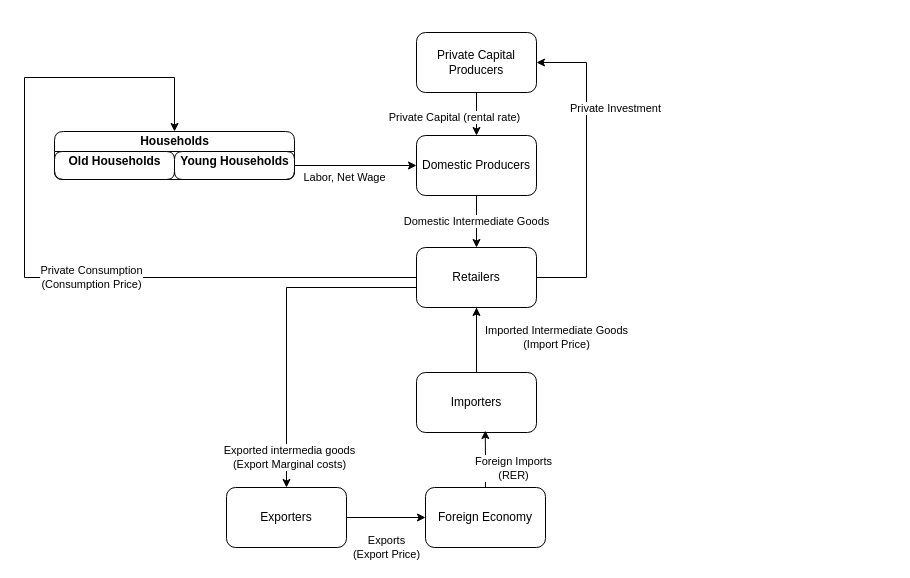
Above: ogre/firms_reduced.drawio in zuzancek/schemes (draw.io), before the change. Source tidied: cells renumbered, new cells numbered last; positions are measured from the earlier drawing's top-left corner, leaving out a move shared by most shapes. Both pictures are drawn from the tidied source at 100%, with x=0, y=0 at pixel (24, 32).
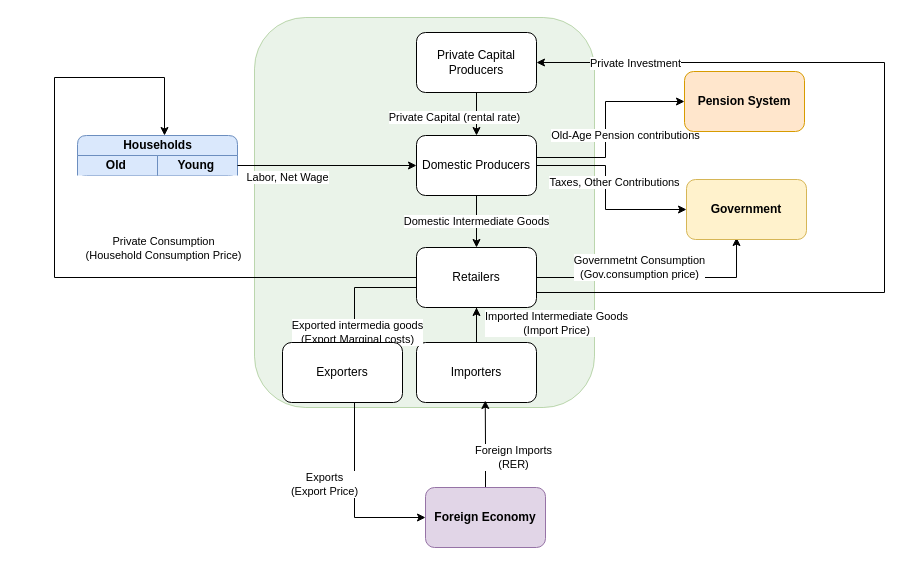
After the change.

Unchanged cells that the change refers to:
```xml
<mxCell id="3" value="Private Capital Producers" style="rounded=1;whiteSpace=wrap;html=1;" parent="1" vertex="1">
  <mxGeometry x="392" width="120" height="60" as="geometry" />
</mxCell>
<mxCell id="5" value="Domestic Producers" style="rounded=1;whiteSpace=wrap;html=1;" parent="1" vertex="1">
  <mxGeometry x="392" y="103" width="120" height="60" as="geometry" />
</mxCell>
<mxCell id="13" value="Retailers" style="rounded=1;whiteSpace=wrap;html=1;" parent="1" vertex="1">
  <mxGeometry x="392" y="215" width="120" height="60" as="geometry" />
</mxCell>
```

Change to the diagram source:
```diff
@@
+    <mxCell id="24" style="rounded=1;whiteSpace=wrap;html=1;opacity=50;fillColor=#d5e8d4;strokeColor=#82b366;" parent="1" vertex="1">
+      <mxGeometry x="230" y="-15" width="340" height="390" as="geometry" />
+    </mxCell>
@@
+    <mxCell id="25" style="edgeStyle=orthogonalEdgeStyle;rounded=0;jettySize=auto;html=1;entryX=0;entryY=0.5;entryDx=0;entryDy=0;" parent="1" edge="1" source="5" target="30">
+      <mxGeometry relative="1" as="geometry">
+        <Array as="points">
+          <mxPoint x="581" y="125" />
+          <mxPoint x="581" y="69" />
+        </Array>
+      </mxGeometry>
+    </mxCell>
+    <mxCell id="26" value="Old-Age Pension contributions" style="edgeLabel;html=1;align=center;verticalAlign=middle;" parent="25" vertex="1">
+      <mxGeometry x="-0.1" y="-1" relative="1" as="geometry">
+        <mxPoint x="18" as="offset" />
+      </mxGeometry>
+    </mxCell>
+    <mxCell id="27" value="Taxes, Other Contributions" style="edgeStyle=orthogonalEdgeStyle;rounded=0;jettySize=auto;html=1;" parent="1" edge="1" source="5" target="29">
+      <mxGeometry x="-0.11" y="9" relative="1" as="geometry">
+        <Array as="points">
+          <mxPoint x="581" y="133" />
+          <mxPoint x="581" y="177" />
+        </Array>
+      </mxGeometry>
+    </mxCell>
@@
     <mxCell id="8" value="Importers" style="rounded=1;whiteSpace=wrap;html=1;" parent="1" vertex="1">
-      <mxGeometry x="392" y="340" width="120" height="60" as="geometry" />
+      <mxGeometry x="392" y="310" width="120" height="60" as="geometry" />
     </mxCell>
-    <mxCell id="9" style="edgeStyle=orthogonalEdgeStyle;rounded=0;jettySize=auto;html=1;entryX=1;entryY=0.5;entryDx=0;entryDy=0;exitX=1;exitY=0.5;exitDx=0;exitDy=0;" parent="1" edge="1" source="13" target="3">
+    <mxCell id="9" style="edgeStyle=orthogonalEdgeStyle;rounded=0;jettySize=auto;html=1;entryX=1;entryY=0.5;entryDx=0;entryDy=0;exitX=1;exitY=0.75;exitDx=0;exitDy=0;" parent="1" edge="1" source="13" target="3">
       <mxGeometry relative="1" as="geometry">
         <Array as="points">
-          <mxPoint x="562" y="245" />
-          <mxPoint x="562" y="30" />
+          <mxPoint x="860" y="260" />
+          <mxPoint x="860" y="30" />
         </Array>
       </mxGeometry>
     </mxCell>
     <mxCell id="10" value="Private Investment" style="edgeLabel;html=1;align=center;verticalAlign=middle;" parent="9" vertex="1">
       <mxGeometry x="0.44" relative="1" as="geometry">
-        <mxPoint x="28" y="7" as="offset" />
+        <mxPoint x="-161" as="offset" />
       </mxGeometry>
     </mxCell>
     <mxCell id="11" style="edgeStyle=orthogonalEdgeStyle;rounded=0;jettySize=auto;html=1;" parent="1" edge="1" source="13" target="15">
       <mxGeometry relative="1" as="geometry">
         <Array as="points">
-          <mxPoint x="262" y="255" />
+          <mxPoint x="330" y="255" />
         </Array>
       </mxGeometry>
     </mxCell>
@@
+    <mxCell id="28" value="Governmetnt Consumption &lt;br&gt;(Gov.consumption price)" style="edgeStyle=orthogonalEdgeStyle;rounded=0;jettySize=auto;html=1;entryX=0.417;entryY=0.967;entryDx=0;entryDy=0;entryPerimeter=0;" parent="1" edge="1" source="13" target="29">
+      <mxGeometry x="-0.14" y="10" relative="1" as="geometry" />
+    </mxCell>
@@
     <mxCell id="14" value="Exports&lt;br&gt;(Export Price)" style="edgeStyle=orthogonalEdgeStyle;rounded=0;jettySize=auto;html=1;endArrow=classic;endFill=1;" parent="1" edge="1" source="15" target="17">
-      <mxGeometry x="0.01" y="-30" relative="1" as="geometry" />
+      <mxGeometry x="-0.12" y="-30" relative="1" as="geometry">
+        <Array as="points">
+          <mxPoint x="330" y="485" />
+        </Array>
+      </mxGeometry>
     </mxCell>
     <mxCell id="15" value="Exporters" style="rounded=1;whiteSpace=wrap;html=1;" parent="1" vertex="1">
-      <mxGeometry x="202" y="455" width="120" height="60" as="geometry" />
+      <mxGeometry x="258" y="310" width="120" height="60" as="geometry" />
     </mxCell>
@@
-    <mxCell id="17" value="Foreign Economy" style="rounded=1;whiteSpace=wrap;html=1;" parent="1" vertex="1">
+    <mxCell id="17" value="Foreign Economy" style="rounded=1;whiteSpace=wrap;html=1;fillColor=#e1d5e7;strokeColor=#9673a6;fontStyle=1;" parent="1" vertex="1">
       <mxGeometry x="401" y="455" width="120" height="60" as="geometry" />
     </mxCell>
     <mxCell id="18" style="edgeStyle=orthogonalEdgeStyle;rounded=0;jettySize=auto;html=1;entryX=0;entryY=0.5;entryDx=0;entryDy=0;endArrow=none;endFill=0;startArrow=classic;startFill=1;" parent="1" edge="1" source="20" target="13">
       <mxGeometry relative="1" as="geometry">
         <Array as="points">
-          <mxPoint x="150" y="45" />
-          <mxPoint y="45" />
-          <mxPoint y="245" />
+          <mxPoint x="140" y="45" />
+          <mxPoint x="30" y="45" />
+          <mxPoint x="30" y="245" />
         </Array>
       </mxGeometry>
     </mxCell>
-    <mxCell id="19" value="Private Consumption&lt;br&gt;(Consumption Price)" style="edgeLabel;html=1;align=center;verticalAlign=middle;" parent="18" vertex="1">
-      <mxGeometry x="0.18" y="1" relative="1" as="geometry" />
+    <mxCell id="19" value="Private Consumption&lt;br&gt;(Household Consumption Price)" style="edgeLabel;html=1;align=center;verticalAlign=middle;" parent="18" vertex="1">
+      <mxGeometry x="0.18" y="1" relative="1" as="geometry">
+        <mxPoint x="45" y="-29" as="offset" />
+      </mxGeometry>
     </mxCell>
-    <mxCell id="20" value="Households" style="swimlane;startSize=20;html=1;rounded=1;" parent="1" vertex="1">
-      <mxGeometry x="30" y="99" width="240" height="48" as="geometry" />
+    <mxCell id="20" value="Households" style="swimlane;startSize=20;html=1;rounded=1;fillColor=#dae8fc;strokeColor=#6c8ebf;" parent="1" vertex="1">
+      <mxGeometry x="53" y="103" width="160" height="40" as="geometry" />
     </mxCell>
-    <mxCell id="21" value="Old Households" style="swimlane;startSize=20;html=1;swimlaneLine=0;rounded=1;" parent="20" vertex="1">
-      <mxGeometry y="20" width="120" height="28" as="geometry" />
+    <mxCell id="21" value="Old&amp;nbsp;" style="swimlane;startSize=20;html=1;swimlaneLine=0;rounded=1;fillColor=#dae8fc;strokeColor=#6c8ebf;" parent="20" vertex="1">
+      <mxGeometry y="20" width="80" height="20" as="geometry" />
     </mxCell>
-    <mxCell id="22" value="Young Households" style="swimlane;startSize=20;html=1;swimlaneLine=0;rounded=1;" parent="20" vertex="1">
-      <mxGeometry x="120" y="20" width="120" height="28" as="geometry" />
+    <mxCell id="22" value="Young&amp;nbsp;" style="swimlane;startSize=20;html=1;swimlaneLine=0;rounded=1;fillColor=#dae8fc;strokeColor=#6c8ebf;" parent="20" vertex="1">
+      <mxGeometry x="80" y="20" width="80" height="20" as="geometry" />
     </mxCell>
     <mxCell id="23" value="Labor, Net Wage" style="edgeStyle=orthogonalEdgeStyle;rounded=0;jettySize=auto;html=1;" parent="1" edge="1" source="22" target="5">
-      <mxGeometry x="-0.18" y="-12" relative="1" as="geometry" />
+      <mxGeometry x="-0.44" y="-12" relative="1" as="geometry" />
     </mxCell>
+    <mxCell id="29" value="Government" style="rounded=1;whiteSpace=wrap;html=1;fontStyle=1;fillColor=#fff2cc;strokeColor=#d6b656;" parent="1" vertex="1">
+      <mxGeometry x="662" y="147" width="120" height="60" as="geometry" />
+    </mxCell>
+    <mxCell id="30" value="Pension System" style="rounded=1;whiteSpace=wrap;html=1;fillColor=#ffe6cc;strokeColor=#d79b00;fontStyle=1;" parent="1" vertex="1">
+      <mxGeometry x="660" y="39" width="120" height="60" as="geometry" />
+    </mxCell>
```
